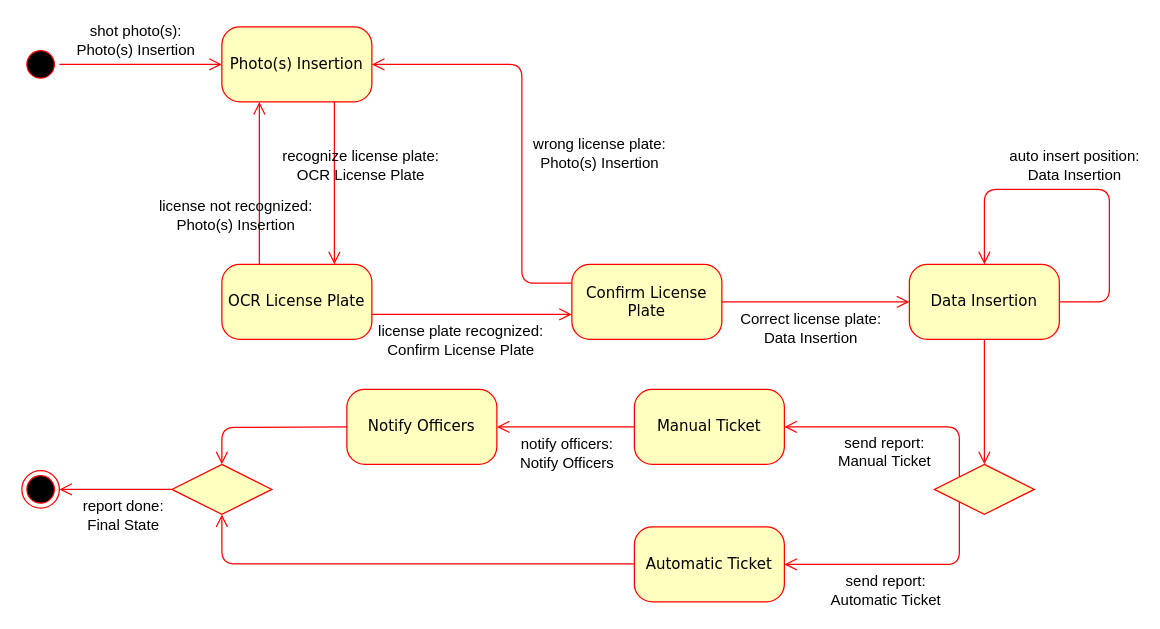
Earlier version of the draw.io diagram RASD/diagrams/creationOfAReport.drawio (GiorgioUghini/SafeStreets). Source tidied: cells renumbered, new cells numbered last; positions are measured from the earlier drawing's top-left corner, leaving out a move shared by most shapes. Both pictures are drawn from the tidied source at 125%, with x=0, y=0 at pixel (21, 26).
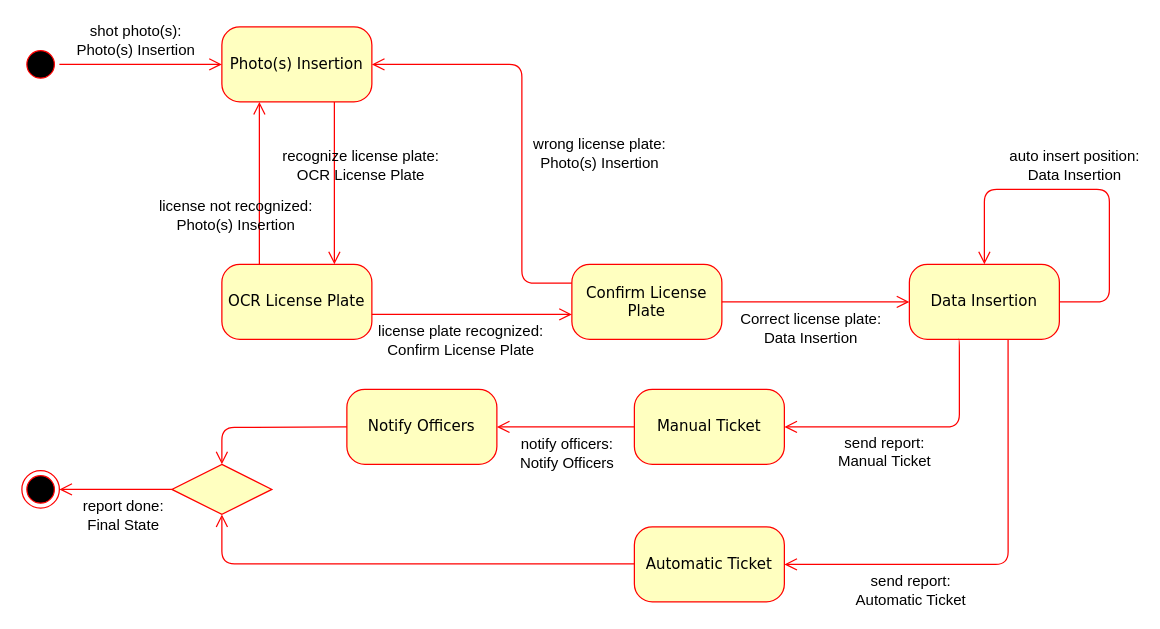
The same page after the edit.

Commit message (it also covers changes not shown here):
Add second diagram

The change refers to these unchanged cells:
```xml
<mxCell id="5" value="Data Insertion" style="rounded=1;whiteSpace=wrap;html=1;arcSize=24;fillColor=#ffffc0;strokeColor=#ff0000;shadow=0;comic=0;labelBackgroundColor=none;fontFamily=Verdana;fontSize=12;fontColor=#000000;align=center;" parent="1" vertex="1">
  <mxGeometry x="710" y="190" width="120" height="60" as="geometry" />
</mxCell>
```

Diff of the diagram source:
```diff
@@
-    <mxCell id="21" style="rhombus;whiteSpace=wrap;html=1;labelBackgroundColor=none;fillColor=#FFFFC0;strokeColor=#FF0000;" parent="1" vertex="1">
-      <mxGeometry x="730" y="350" width="80" height="40" as="geometry" />
-    </mxCell>
@@
-    <mxCell id="23" style="edgeStyle=orthogonalEdgeStyle;html=1;labelBackgroundColor=none;endArrow=open;endSize=8;strokeColor=#ff0000;fontFamily=Verdana;fontSize=12;align=left;exitX=0.5;exitY=1;exitDx=0;exitDy=0;entryX=0.5;entryY=0;entryDx=0;entryDy=0;" parent="1" edge="1" source="5" target="21">
-      <mxGeometry relative="1" as="geometry" />
-    </mxCell>
-    <mxCell id="24" style="edgeStyle=orthogonalEdgeStyle;html=1;labelBackgroundColor=none;endArrow=open;endSize=8;strokeColor=#ff0000;fontFamily=Verdana;fontSize=12;align=left;exitX=0;exitY=1;exitDx=0;exitDy=0;" parent="1" edge="1" source="21">
+    <mxCell id="24" style="edgeStyle=orthogonalEdgeStyle;html=1;labelBackgroundColor=none;endArrow=open;endSize=8;strokeColor=#ff0000;fontFamily=Verdana;fontSize=12;align=left;exitX=0.658;exitY=1;exitDx=0;exitDy=0;exitPerimeter=0;" parent="1" edge="1" source="5">
       <mxGeometry relative="1" as="geometry">
         <mxPoint x="610" y="430" as="targetPoint" />
         <Array as="points">
-          <mxPoint x="750" y="430" />
+          <mxPoint x="789" y="430" />
         </Array>
       </mxGeometry>
     </mxCell>
     <mxCell id="25" value="send report:&lt;br&gt;Automatic Ticket" style="text;html=1;align=center;verticalAlign=middle;labelBackgroundColor=#ffffff;" parent="24" vertex="1">
       <mxGeometry x="0.15" y="1" relative="1" as="geometry">
-        <mxPoint x="-1" y="19" as="offset" />
+        <mxPoint x="-53" y="19" as="offset" />
       </mxGeometry>
     </mxCell>
-    <mxCell id="26" style="edgeStyle=orthogonalEdgeStyle;html=1;labelBackgroundColor=none;endArrow=open;endSize=8;strokeColor=#ff0000;fontFamily=Verdana;fontSize=12;align=left;exitX=0;exitY=0;exitDx=0;exitDy=0;" parent="1" edge="1" source="21">
+    <mxCell id="26" style="edgeStyle=orthogonalEdgeStyle;html=1;labelBackgroundColor=none;endArrow=open;endSize=8;strokeColor=#ff0000;fontFamily=Verdana;fontSize=12;align=left;exitX=0.325;exitY=1;exitDx=0;exitDy=0;exitPerimeter=0;" parent="1" edge="1" source="5">
       <mxGeometry relative="1" as="geometry">
         <mxPoint x="610" y="320" as="targetPoint" />
         <Array as="points">
+          <mxPoint x="750" y="250" />
           <mxPoint x="750" y="320" />
         </Array>
       </mxGeometry>
     </mxCell>
```
